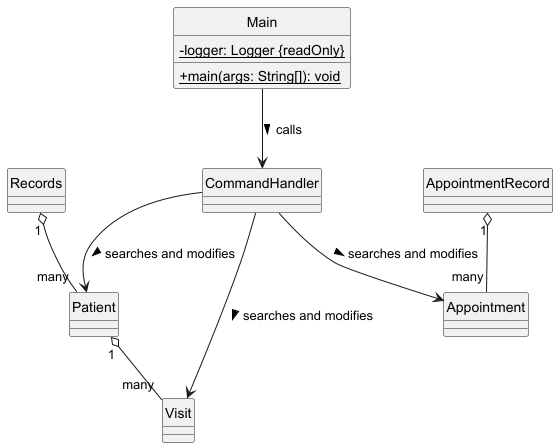
Earlier version of the PlantUML export docs/Main.png (yentheng0110/tp).
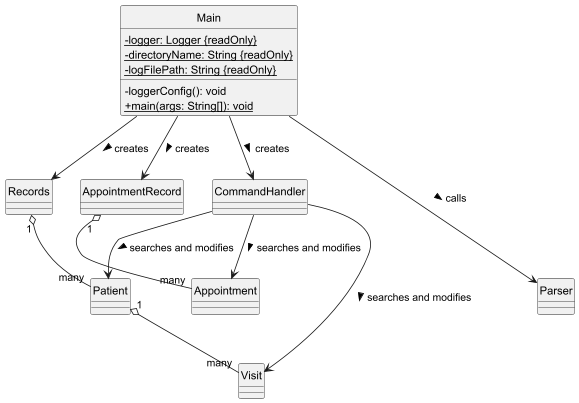
After the change.

Commit message:
Update Main Class Diagram

Diff of the diagram source:
```diff
@@ -3,23 +3,43 @@
 hide circle
 
 class Main {
--{static} logger: Logger {readOnly}
-+{static} main(args: String[]): void
+  -{static} logger: Logger {readOnly}
+  -{static} directoryName: String {readOnly}
+  -{static} logFilePath: String {readOnly}
+  -loggerConfig(): void
+  +{static} main(args: String[]): void
 }
 
-class Patient {}
-class Visit {}
-class Main {}
-class Records {}
-class CommandHandler {}
-class AppointmentRecord {}
+class CommandHandler {
+}
 
+class Records {
+}
+
+class AppointmentRecord {
+}
+
+class Patient {
+}
+
+class Visit {
+}
+
+class Appointment {
+}
+
+class Parser {
+}
 
 CommandHandler --> Appointment : searches and modifies >
 CommandHandler --> Visit : searches and modifies >
 AppointmentRecord "1" o-- "many" Appointment
-Main --> CommandHandler : calls >
+Main --> CommandHandler : creates >
+Main --> Records : creates >
+Main --> AppointmentRecord : creates >
+Main ---> Parser : calls >
 CommandHandler --> Patient : searches and modifies >
 Records "1" o-- "many" Patient
 Patient "1" o-- "many" Visit
+
 @enduml
```
